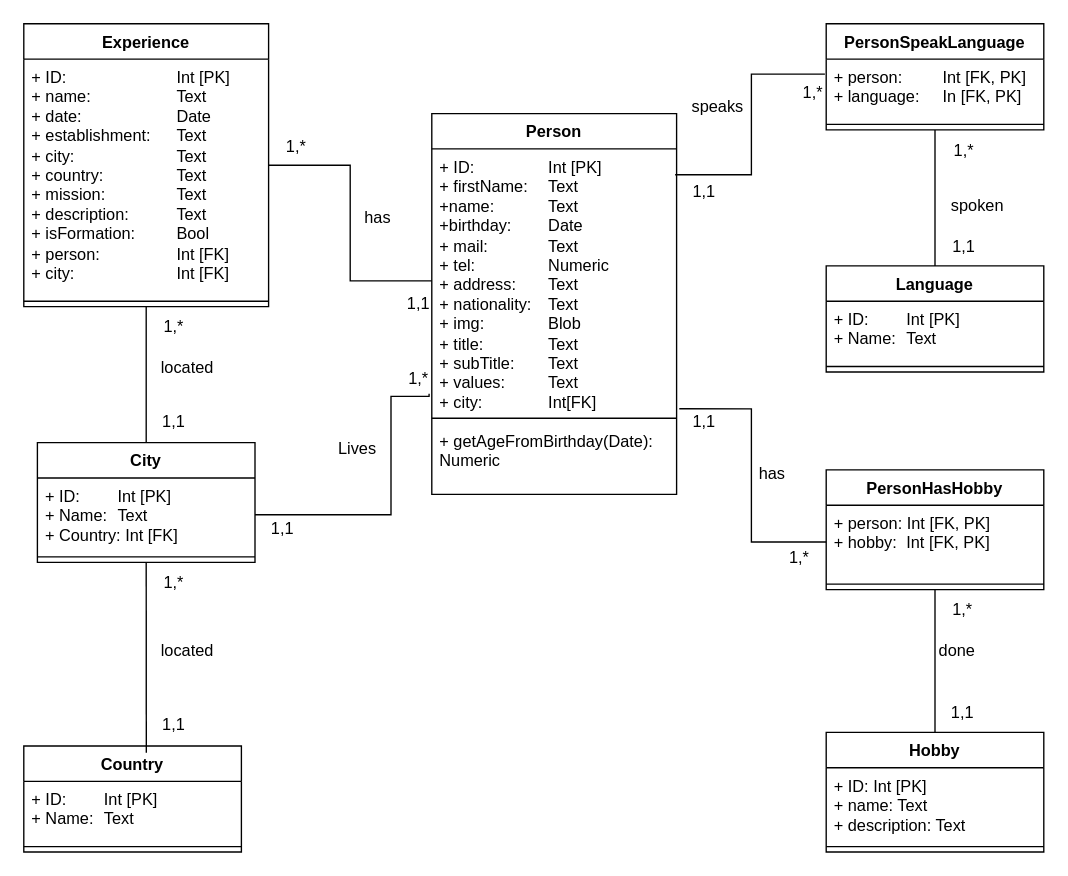
Will2KB/CVAPI keeps this draw.io diagram as CVDB.drawio. Above is the earlier version. Source tidied: cells renumbered, new cells numbered last; positions are measured from the earlier drawing's top-left corner, leaving out a move shared by most shapes. Both pictures are drawn from the tidied source at 136%, with x=0, y=0 at pixel (23, 23).
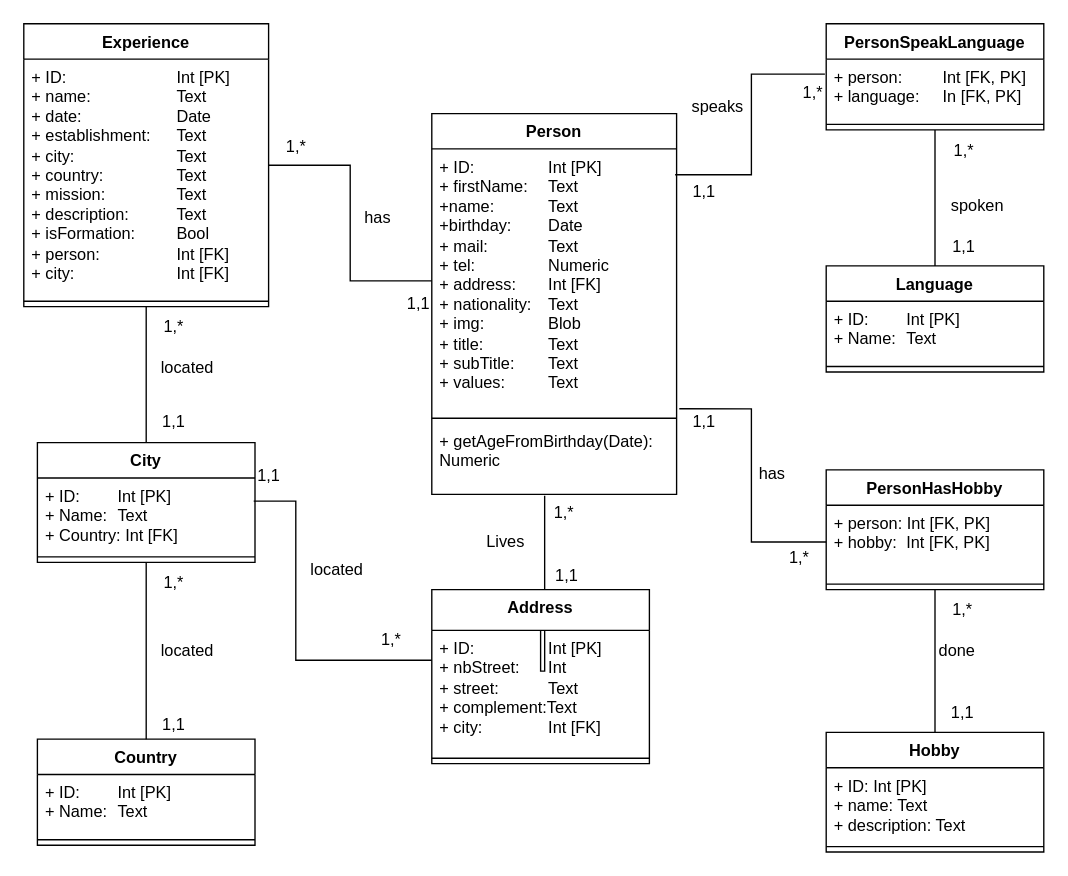
Above is the later version.

Commit message:
Ajouter l'adresse compléte

Unchanged cells that the change refers to:
```xml
<mxCell id="9" value="City" style="swimlane;fontStyle=1;align=center;verticalAlign=top;horizontal=1;startSize=26;whiteSpace=wrap;html=1;" parent="1" vertex="1">
  <mxGeometry x="10" y="308" width="160" height="88" as="geometry" />
</mxCell>
<mxCell id="10" value="+ ID: &lt;span style=&quot;white-space: pre;&quot;&gt;&#9;&lt;/span&gt;Int [PK]&lt;div&gt;+ Name: &lt;span style=&quot;white-space: pre;&quot;&gt;&#9;&lt;/span&gt;Text&lt;/div&gt;&lt;div&gt;+ Country: Int [FK]&lt;/div&gt;" style="text;strokeColor=none;fillColor=none;align=left;verticalAlign=top;spacingLeft=4;spacingRight=4;overflow=hidden;points=[[0,0.5],[1,0.5]];portConstraint=eastwest;whiteSpace=wrap;html=1;" parent="9" vertex="1">
  <mxGeometry y="26" width="160" height="54" as="geometry" />
</mxCell>
<mxCell id="13" value="Person" style="swimlane;fontStyle=1;align=center;verticalAlign=top;horizontal=1;startSize=26;whiteSpace=wrap;html=1;" parent="1" vertex="1">
  <mxGeometry x="300" y="66" width="180" height="280" as="geometry" />
</mxCell>
<mxCell id="16" value="+ getAgeFromBirthday(Date): Numeric" style="text;strokeColor=none;fillColor=none;align=left;verticalAlign=top;spacingLeft=4;spacingRight=4;overflow=hidden;points=[[0,0.5],[1,0.5]];portConstraint=eastwest;whiteSpace=wrap;html=1;" parent="13" vertex="1">
  <mxGeometry y="228" width="180" height="52" as="geometry" />
</mxCell>
```

Diff of the diagram source:
```diff
@@
-    <mxCell id="14" value="+ ID: &lt;span style=&quot;white-space: pre;&quot;&gt;&#9;&lt;/span&gt;&lt;span style=&quot;white-space: pre;&quot;&gt;&#9;&lt;/span&gt;Int [PK]&lt;div&gt;+ firstName:&lt;span style=&quot;white-space: pre;&quot;&gt;&#9;&lt;/span&gt;Text&lt;/div&gt;&lt;div&gt;+name:&lt;span style=&quot;white-space: pre;&quot;&gt;&#9;&lt;span style=&quot;white-space: pre;&quot;&gt;&#9;&lt;/span&gt;&lt;/span&gt;Text&lt;/div&gt;&lt;div&gt;+birthday:&lt;span style=&quot;white-space: pre;&quot;&gt;&#9;&lt;/span&gt;Date&lt;/div&gt;&lt;div&gt;+ mail:&lt;span style=&quot;white-space: pre;&quot;&gt;&#9;&lt;/span&gt;&lt;span style=&quot;white-space: pre;&quot;&gt;&#9;&lt;/span&gt;Text&lt;/div&gt;&lt;div&gt;+ tel:&lt;span style=&quot;white-space: pre;&quot;&gt;&#9;&lt;/span&gt;&lt;span style=&quot;white-space: pre;&quot;&gt;&#9;&lt;/span&gt;Numeric&lt;/div&gt;&lt;div&gt;+ address:&lt;span style=&quot;white-space: pre;&quot;&gt;&#9;&lt;/span&gt;Text&lt;/div&gt;&lt;div&gt;+ nationality:&lt;span style=&quot;white-space: pre;&quot;&gt;&#9;&lt;/span&gt;Text&lt;/div&gt;&lt;div&gt;+ img:&lt;span style=&quot;white-space: pre;&quot;&gt;&#9;&lt;/span&gt;&lt;span style=&quot;white-space: pre;&quot;&gt;&#9;&lt;/span&gt;Blob&lt;/div&gt;&lt;div&gt;+ title:&lt;span style=&quot;white-space: pre;&quot;&gt;&#9;&lt;/span&gt;&lt;span style=&quot;white-space: pre;&quot;&gt;&#9;&lt;/span&gt;Text&lt;/div&gt;&lt;div&gt;+ subTitle:&lt;span style=&quot;white-space: pre;&quot;&gt;&#9;&lt;/span&gt;Text&lt;/div&gt;&lt;div&gt;+ values:&lt;span style=&quot;white-space: pre;&quot;&gt;&#9;&lt;/span&gt;&lt;span style=&quot;white-space: pre;&quot;&gt;&#9;&lt;/span&gt;Text&lt;/div&gt;&lt;div&gt;+ city:&lt;span style=&quot;white-space: pre;&quot;&gt;&#9;&lt;/span&gt;&lt;span style=&quot;white-space: pre;&quot;&gt;&#9;&lt;/span&gt;Int[FK]&lt;/div&gt;" style="text;strokeColor=none;fillColor=none;align=left;verticalAlign=top;spacingLeft=4;spacingRight=4;overflow=hidden;points=[[0,0.5],[1,0.5]];portConstraint=eastwest;whiteSpace=wrap;html=1;" parent="13" vertex="1">
+    <mxCell id="14" value="+ ID: &lt;span style=&quot;white-space: pre;&quot;&gt;&#9;&lt;/span&gt;&lt;span style=&quot;white-space: pre;&quot;&gt;&#9;&lt;/span&gt;Int [PK]&lt;div&gt;+ firstName:&lt;span style=&quot;white-space: pre;&quot;&gt;&#9;&lt;/span&gt;Text&lt;/div&gt;&lt;div&gt;+name:&lt;span style=&quot;white-space: pre;&quot;&gt;&#9;&lt;span style=&quot;white-space: pre;&quot;&gt;&#9;&lt;/span&gt;&lt;/span&gt;Text&lt;/div&gt;&lt;div&gt;+birthday:&lt;span style=&quot;white-space: pre;&quot;&gt;&#9;&lt;/span&gt;Date&lt;/div&gt;&lt;div&gt;+ mail:&lt;span style=&quot;white-space: pre;&quot;&gt;&#9;&lt;/span&gt;&lt;span style=&quot;white-space: pre;&quot;&gt;&#9;&lt;/span&gt;Text&lt;/div&gt;&lt;div&gt;+ tel:&lt;span style=&quot;white-space: pre;&quot;&gt;&#9;&lt;/span&gt;&lt;span style=&quot;white-space: pre;&quot;&gt;&#9;&lt;/span&gt;Numeric&lt;/div&gt;&lt;div&gt;+ address:&lt;span style=&quot;white-space: pre;&quot;&gt;&#9;&lt;/span&gt;Int [FK]&lt;/div&gt;&lt;div&gt;+ nationality:&lt;span style=&quot;white-space: pre;&quot;&gt;&#9;&lt;/span&gt;Text&lt;/div&gt;&lt;div&gt;+ img:&lt;span style=&quot;white-space: pre;&quot;&gt;&#9;&lt;/span&gt;&lt;span style=&quot;white-space: pre;&quot;&gt;&#9;&lt;/span&gt;Blob&lt;/div&gt;&lt;div&gt;+ title:&lt;span style=&quot;white-space: pre;&quot;&gt;&#9;&lt;/span&gt;&lt;span style=&quot;white-space: pre;&quot;&gt;&#9;&lt;/span&gt;Text&lt;/div&gt;&lt;div&gt;+ subTitle:&lt;span style=&quot;white-space: pre;&quot;&gt;&#9;&lt;/span&gt;Text&lt;/div&gt;&lt;div&gt;+ values:&lt;span style=&quot;white-space: pre;&quot;&gt;&#9;&lt;/span&gt;&lt;span style=&quot;white-space: pre;&quot;&gt;&#9;&lt;/span&gt;Text&lt;/div&gt;" style="text;strokeColor=none;fillColor=none;align=left;verticalAlign=top;spacingLeft=4;spacingRight=4;overflow=hidden;points=[[0,0.5],[1,0.5]];portConstraint=eastwest;whiteSpace=wrap;html=1;" parent="13" vertex="1">
       <mxGeometry y="26" width="180" height="194" as="geometry" />
     </mxCell>
@@
     <mxCell id="20" value="Country" style="swimlane;fontStyle=1;align=center;verticalAlign=top;horizontal=1;startSize=26;whiteSpace=wrap;html=1;" parent="1" vertex="1">
-      <mxGeometry y="531" width="160" height="78" as="geometry" />
+      <mxGeometry x="10" y="526" width="160" height="78" as="geometry" />
     </mxCell>
@@
-    <mxCell id="24" style="rounded=0;jettySize=auto;html=1;exitX=0.5;exitY=1;exitDx=0;exitDy=0;entryX=0.563;entryY=0.064;entryDx=0;entryDy=0;entryPerimeter=0;endArrow=none;startFill=0;" parent="1" edge="1" source="9" target="20">
+    <mxCell id="24" style="rounded=0;jettySize=auto;html=1;exitX=0.5;exitY=1;exitDx=0;exitDy=0;entryX=0.5;entryY=0;entryDx=0;entryDy=0;endArrow=none;startFill=0;" parent="1" edge="1" source="9" target="20">
       <mxGeometry relative="1" as="geometry" />
     </mxCell>
-    <mxCell id="25" style="rounded=0;jettySize=auto;html=1;exitX=-0.011;exitY=0.928;exitDx=0;exitDy=0;exitPerimeter=0;entryX=1;entryY=0.5;entryDx=0;entryDy=0;edgeStyle=orthogonalEdgeStyle;endArrow=none;startFill=0;" parent="1" edge="1" source="14" target="10">
+    <mxCell id="25" style="rounded=0;jettySize=auto;html=1;exitX=0.461;exitY=1.019;exitDx=0;exitDy=0;exitPerimeter=0;entryX=0.5;entryY=0;entryDx=0;entryDy=0;edgeStyle=orthogonalEdgeStyle;endArrow=none;startFill=0;" parent="1" edge="1" source="16" target="60">
       <mxGeometry relative="1" as="geometry">
         <Array as="points">
-          <mxPoint x="298" y="274" />
-          <mxPoint x="270" y="274" />
-          <mxPoint x="270" y="361" />
+          <mxPoint x="383" y="476" />
         </Array>
       </mxGeometry>
     </mxCell>
     <mxCell id="26" value="Lives" style="text;html=1;align=center;verticalAlign=middle;strokeColor=none;fillColor=none;" parent="1" vertex="1">
-      <mxGeometry x="220" y="298" width="50" height="30" as="geometry" />
+      <mxGeometry x="329" y="366" width="50" height="30" as="geometry" />
     </mxCell>
@@
     <mxCell id="36" value="1,*" style="text;html=1;align=center;verticalAlign=middle;strokeColor=none;fillColor=none;" parent="1" vertex="1">
-      <mxGeometry x="270" y="246" width="40" height="30" as="geometry" />
+      <mxGeometry x="377" y="345" width="40" height="30" as="geometry" />
     </mxCell>
     <mxCell id="37" value="1,1" style="text;html=1;align=center;verticalAlign=middle;strokeColor=none;fillColor=none;" parent="1" vertex="1">
-      <mxGeometry x="170" y="357" width="40" height="30" as="geometry" />
+      <mxGeometry x="379" y="391" width="40" height="30" as="geometry" />
     </mxCell>
@@
-    <mxCell id="41" value="1,1" style="text;html=1;align=center;verticalAlign=middle;strokeColor=none;fillColor=none;" parent="1" vertex="1">
-      <mxGeometry x="90" y="501" width="40" height="30" as="geometry" />
-    </mxCell>
@@
+    <mxCell id="60" value="Address" style="swimlane;fontStyle=1;align=center;verticalAlign=top;horizontal=1;startSize=30;whiteSpace=wrap;html=1;" parent="1" vertex="1">
+      <mxGeometry x="300" y="416" width="160" height="128" as="geometry" />
+    </mxCell>
+    <mxCell id="61" value="+ ID: &lt;span style=&quot;white-space: pre;&quot;&gt;&#9;&lt;span style=&quot;white-space: pre;&quot;&gt;&#9;&lt;/span&gt;&lt;/span&gt;Int [PK]&lt;div&gt;+ nbStreet: &lt;span style=&quot;white-space: pre;&quot;&gt;&#9;&lt;/span&gt;Int&lt;br&gt;&lt;div&gt;+ street: &lt;span style=&quot;white-space: pre;&quot;&gt;&#9;&lt;span style=&quot;white-space: pre;&quot;&gt;&#9;&lt;/span&gt;&lt;/span&gt;Text&lt;/div&gt;&lt;div&gt;+ complement:Text&lt;/div&gt;&lt;div&gt;+ city: &lt;span style=&quot;white-space: pre;&quot;&gt;&#9;&lt;span style=&quot;white-space: pre;&quot;&gt;&#9;&lt;/span&gt;&lt;/span&gt;Int [FK]&lt;/div&gt;&lt;/div&gt;" style="text;strokeColor=none;fillColor=none;align=left;verticalAlign=top;spacingLeft=4;spacingRight=4;overflow=hidden;whiteSpace=wrap;html=1;" parent="60" vertex="1">
+      <mxGeometry y="30" width="160" height="90" as="geometry" />
+    </mxCell>
+    <mxCell id="62" style="line;strokeWidth=1;fillColor=none;align=left;verticalAlign=middle;spacingTop=-1;spacingLeft=3;spacingRight=3;labelPosition=right;strokeColor=inherit;" parent="60" vertex="1">
+      <mxGeometry y="120" width="160" height="8" as="geometry" />
+    </mxCell>
+    <mxCell id="63" style="edgeStyle=orthogonalEdgeStyle;rounded=0;jettySize=auto;html=1;entryX=0.994;entryY=0.315;entryDx=0;entryDy=0;entryPerimeter=0;endArrow=none;startFill=0;" parent="1" edge="1" source="60" target="10">
+      <mxGeometry relative="1" as="geometry">
+        <Array as="points">
+          <mxPoint x="200" y="468" />
+          <mxPoint x="200" y="351" />
+        </Array>
+      </mxGeometry>
+    </mxCell>
+    <mxCell id="64" value="1,*" style="text;html=1;align=center;verticalAlign=middle;strokeColor=none;fillColor=none;" parent="1" vertex="1">
+      <mxGeometry x="250" y="438" width="40" height="30" as="geometry" />
+    </mxCell>
+    <mxCell id="41" value="1,1" style="text;html=1;align=center;verticalAlign=middle;strokeColor=none;fillColor=none;" parent="1" vertex="1">
+      <mxGeometry x="90" y="501" width="40" height="30" as="geometry" />
+    </mxCell>
+    <mxCell id="65" value="1,1" style="text;html=1;align=center;verticalAlign=middle;strokeColor=none;fillColor=none;" parent="1" vertex="1">
+      <mxGeometry x="160" y="318" width="40" height="30" as="geometry" />
+    </mxCell>
+    <mxCell id="66" value="located" style="text;html=1;align=center;verticalAlign=middle;strokeColor=none;fillColor=none;" parent="1" vertex="1">
+      <mxGeometry x="200" y="387" width="60" height="30" as="geometry" />
+    </mxCell>
```
